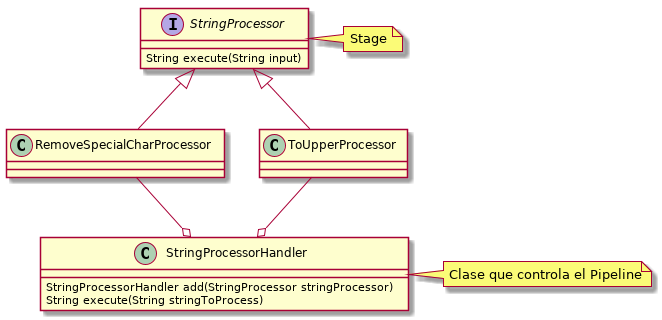
Earlier version of the PlantUML export plantuml/behavioral/pipeline.png (sauljabin/java-design-patterns). Its diagram source:
```plantuml
@startuml

interface StringProcessor {
String execute(String input)
}

RemoveSpecialCharProcessor -up-|> StringProcessor
ToUpperProcessor -up-|> StringProcessor

class StringProcessorHandler {
StringProcessorHandler add(StringProcessor stringProcessor)
String execute(String stringToProcess)
}

RemoveSpecialCharProcessor --o StringProcessorHandler
ToUpperProcessor --o StringProcessorHandler

note "Clase que controla el Pipeline" as NoteStringProcessorHandler
StringProcessorHandler .r. NoteStringProcessorHandler

note "Stage" as NoteStringProcessor
StringProcessor .r. NoteStringProcessor

@enduml
```
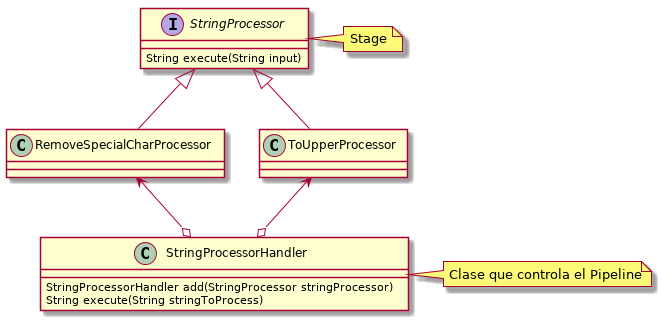
The same file after the commit.

The edit, as a diff of the source:
```diff
@@ -1,19 +1,19 @@
 @startuml
 
 interface StringProcessor {
-String execute(String input)
+    String execute(String input)
 }
 
-RemoveSpecialCharProcessor -up-|> StringProcessor
-ToUpperProcessor -up-|> StringProcessor
+RemoveSpecialCharProcessor -u-|> StringProcessor
+ToUpperProcessor -u-|> StringProcessor
 
 class StringProcessorHandler {
-StringProcessorHandler add(StringProcessor stringProcessor)
-String execute(String stringToProcess)
+    StringProcessorHandler add(StringProcessor stringProcessor)
+    String execute(String stringToProcess)
 }
 
-RemoveSpecialCharProcessor --o StringProcessorHandler
-ToUpperProcessor --o StringProcessorHandler
+RemoveSpecialCharProcessor <--o StringProcessorHandler
+ToUpperProcessor <--o StringProcessorHandler
 
 note "Clase que controla el Pipeline" as NoteStringProcessorHandler
 StringProcessorHandler .r. NoteStringProcessorHandler
```
